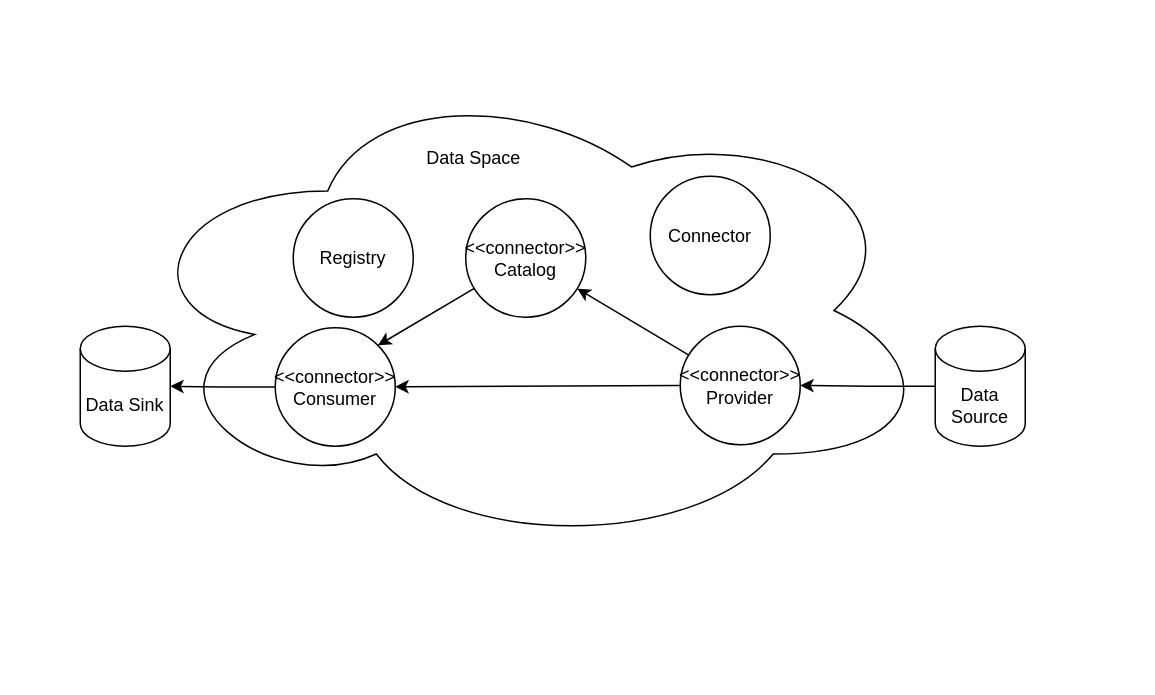
Above: diagram/conceptual_approach.drawio in Navidda/master-thesis (draw.io), before the change. Source tidied: cells renumbered, new cells numbered last; positions are measured from the earlier drawing's top-left corner, leaving out a move shared by most shapes. Both pictures are drawn from the tidied source at 150%, with x=0, y=0 at pixel (80, 70).
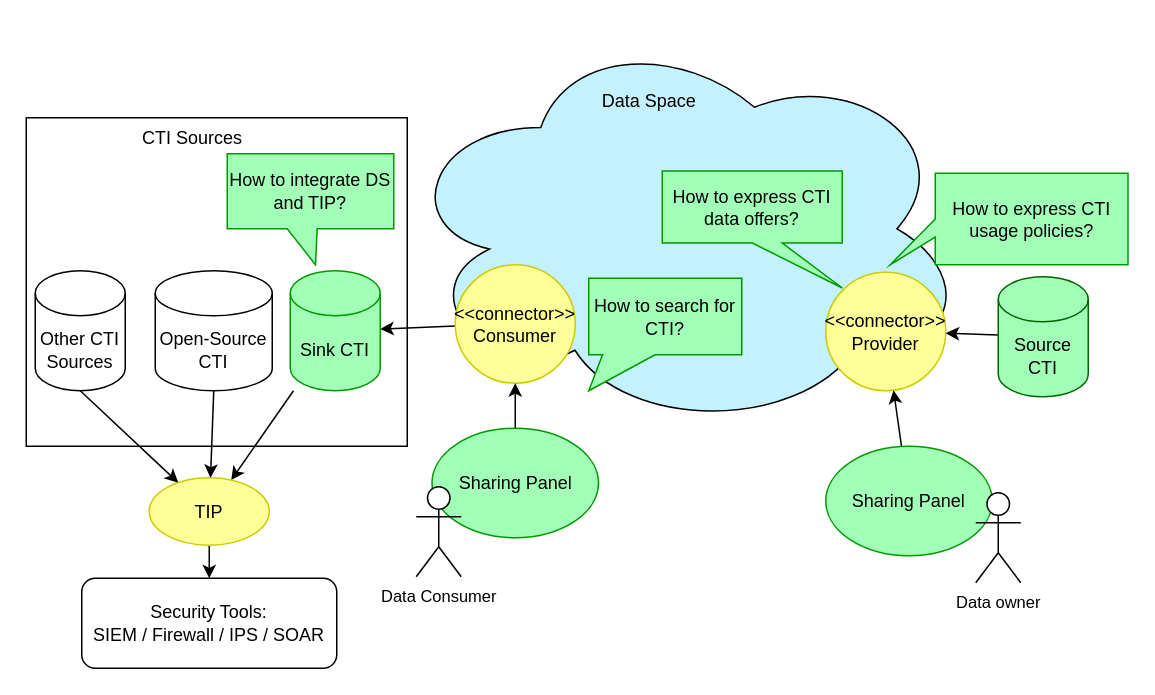
The same diagram, later.

Diff of the diagram source:
```diff
@@
+    <mxCell id="16" style="rounded=0;whiteSpace=wrap;html=1;" parent="1" vertex="1">
+      <mxGeometry x="-36" y="31" width="254" height="219" as="geometry" />
+    </mxCell>
+    <mxCell id="17" style="rounded=0;jettySize=auto;html=1;" parent="1" edge="1" source="10" target="21">
+      <mxGeometry relative="1" as="geometry" />
+    </mxCell>
-    <mxCell id="2" style="ellipse;shape=cloud;whiteSpace=wrap;html=1;" parent="1" vertex="1">
-      <mxGeometry x="30" width="540" height="319" as="geometry" />
+    <mxCell id="2" style="ellipse;shape=cloud;whiteSpace=wrap;html=1;fillColor=#C4F1FF;" parent="1" vertex="1">
+      <mxGeometry x="212" y="-30" width="380" height="270" as="geometry" />
     </mxCell>
-    <mxCell id="3" style="edgeStyle=orthogonalEdgeStyle;rounded=0;jettySize=auto;html=1;" parent="1" edge="1" source="4" target="10">
+    <mxCell id="3" style="rounded=0;jettySize=auto;html=1;" parent="1" edge="1" source="4" target="10">
       <mxGeometry relative="1" as="geometry" />
     </mxCell>
-    <mxCell id="4" value="&amp;lt;&amp;lt;connector&amp;gt;&amp;gt;&lt;br&gt;Consumer" style="ellipse;whiteSpace=wrap;html=1;" parent="1" vertex="1">
-      <mxGeometry x="130" y="171" width="80" height="79" as="geometry" />
+    <mxCell id="4" value="&amp;lt;&amp;lt;connector&amp;gt;&amp;gt;&lt;br&gt;Consumer" style="ellipse;whiteSpace=wrap;html=1;strokeColor=#CCCC00;fillColor=#FFFF99;" parent="1" vertex="1">
+      <mxGeometry x="250" y="129" width="80" height="79" as="geometry" />
     </mxCell>
-    <mxCell id="5" style="rounded=0;jettySize=auto;html=1;" parent="1" edge="1" source="7" target="4">
-      <mxGeometry relative="1" as="geometry" />
-    </mxCell>
-    <mxCell id="6" style="rounded=0;jettySize=auto;html=1;" parent="1" edge="1" source="7" target="14">
-      <mxGeometry relative="1" as="geometry" />
-    </mxCell>
-    <mxCell id="7" value="&amp;lt;&amp;lt;connector&amp;gt;&amp;gt;&lt;br&gt;Provider" style="ellipse;whiteSpace=wrap;html=1;" parent="1" vertex="1">
-      <mxGeometry x="400" y="170" width="80" height="79" as="geometry" />
+    <mxCell id="7" value="&amp;lt;&amp;lt;connector&amp;gt;&amp;gt;&lt;br&gt;Provider" style="ellipse;whiteSpace=wrap;html=1;strokeColor=#CCCC00;fillColor=#FFFF99;" parent="1" vertex="1">
+      <mxGeometry x="497" y="134" width="80" height="79" as="geometry" />
     </mxCell>
-    <mxCell id="8" value="Connector" style="ellipse;whiteSpace=wrap;html=1;" parent="1" vertex="1">
-      <mxGeometry x="380" y="70" width="80" height="79" as="geometry" />
-    </mxCell>
     <mxCell id="9" value="Data Space" style="text;html=1;strokeColor=none;fillColor=none;align=center;verticalAlign=middle;whiteSpace=wrap;rounded=0;" parent="1" vertex="1">
-      <mxGeometry x="222" y="43" width="81" height="30" as="geometry" />
+      <mxGeometry x="339" y="5" width="81" height="30" as="geometry" />
     </mxCell>
-    <mxCell id="10" value="Data Sink" style="shape=cylinder3;whiteSpace=wrap;html=1;boundedLbl=1;backgroundOutline=1;size=15;" parent="1" vertex="1">
-      <mxGeometry y="170" width="60" height="80" as="geometry" />
+    <mxCell id="10" value="Sink CTI" style="shape=cylinder3;whiteSpace=wrap;html=1;boundedLbl=1;backgroundOutline=1;size=15;strokeColor=#009900;fillColor=#A1FFB7;" parent="1" vertex="1">
+      <mxGeometry x="140" y="133" width="60" height="80" as="geometry" />
     </mxCell>
-    <mxCell id="11" style="edgeStyle=orthogonalEdgeStyle;rounded=0;jettySize=auto;html=1;exitX=0;exitY=0.5;exitDx=0;exitDy=0;exitPerimeter=0;entryX=1;entryY=0.5;entryDx=0;entryDy=0;" parent="1" edge="1" source="12" target="7">
+    <mxCell id="11" style="rounded=0;jettySize=auto;html=1;" parent="1" edge="1" source="12" target="7">
       <mxGeometry relative="1" as="geometry" />
     </mxCell>
-    <mxCell id="12" value="Data Source" style="shape=cylinder3;whiteSpace=wrap;html=1;boundedLbl=1;backgroundOutline=1;size=15;" parent="1" vertex="1">
-      <mxGeometry x="570" y="170" width="60" height="80" as="geometry" />
+    <mxCell id="12" value="Source CTI" style="shape=cylinder3;whiteSpace=wrap;html=1;boundedLbl=1;backgroundOutline=1;size=15;strokeColor=#006600;fillColor=#A1FFB7;" parent="1" vertex="1">
+      <mxGeometry x="612" y="137" width="60" height="80" as="geometry" />
     </mxCell>
-    <mxCell id="13" style="rounded=0;jettySize=auto;html=1;entryX=1;entryY=0;entryDx=0;entryDy=0;" parent="1" edge="1" source="14" target="4">
-      <mxGeometry relative="1" as="geometry" />
-    </mxCell>
-    <mxCell id="14" value="&amp;lt;&amp;lt;connector&amp;gt;&amp;gt;&lt;br&gt;Catalog" style="ellipse;whiteSpace=wrap;html=1;" parent="1" vertex="1">
-      <mxGeometry x="257" y="85" width="80" height="79" as="geometry" />
-    </mxCell>
-    <mxCell id="15" value="Registry" style="ellipse;whiteSpace=wrap;html=1;" parent="1" vertex="1">
-      <mxGeometry x="142" y="85" width="80" height="79" as="geometry" />
-    </mxCell>
+    <mxCell id="18" value="How to express CTI usage policies?" style="shape=callout;whiteSpace=wrap;html=1;perimeter=calloutPerimeter;position2=1;strokeColor=#009900;fillColor=#A1FFB7;direction=south;base=12;" parent="1" vertex="1">
+      <mxGeometry x="540" y="68" width="158.5" height="61" as="geometry" />
+    </mxCell>
+    <mxCell id="19" value="How to search for CTI?" style="shape=callout;whiteSpace=wrap;html=1;perimeter=calloutPerimeter;position2=0;base=35;strokeColor=#009900;fillColor=#A1FFB7;size=24;position=0.09;" parent="1" vertex="1">
+      <mxGeometry x="339" y="138" width="102" height="75" as="geometry" />
+    </mxCell>
+    <mxCell id="20" style="rounded=0;jettySize=auto;html=1;" parent="1" edge="1" source="21" target="28">
+      <mxGeometry relative="1" as="geometry" />
+    </mxCell>
+    <mxCell id="21" value="TIP" style="ellipse;whiteSpace=wrap;html=1;strokeColor=#CCCC00;fillColor=#FFFF99;" parent="1" vertex="1">
+      <mxGeometry x="46" y="271" width="80" height="45" as="geometry" />
+    </mxCell>
+    <mxCell id="22" style="rounded=0;jettySize=auto;html=1;exitX=0.5;exitY=1;exitDx=0;exitDy=0;exitPerimeter=0;" parent="1" edge="1" source="23" target="21">
+      <mxGeometry relative="1" as="geometry" />
+    </mxCell>
+    <mxCell id="23" value="Open-Source CTI" style="shape=cylinder3;whiteSpace=wrap;html=1;boundedLbl=1;backgroundOutline=1;size=15;" parent="1" vertex="1">
+      <mxGeometry x="50" y="133" width="78" height="80" as="geometry" />
+    </mxCell>
+    <mxCell id="24" value="CTI Sources" style="text;html=1;strokeColor=none;fillColor=none;align=center;verticalAlign=middle;whiteSpace=wrap;rounded=0;" parent="1" vertex="1">
+      <mxGeometry x="34" y="30" width="82" height="30" as="geometry" />
+    </mxCell>
+    <mxCell id="25" style="rounded=0;jettySize=auto;html=1;exitX=0.5;exitY=1;exitDx=0;exitDy=0;exitPerimeter=0;" parent="1" edge="1" source="26" target="21">
+      <mxGeometry relative="1" as="geometry" />
+    </mxCell>
+    <mxCell id="26" value="Other CTI&lt;br&gt;Sources" style="shape=cylinder3;whiteSpace=wrap;html=1;boundedLbl=1;backgroundOutline=1;size=15;" parent="1" vertex="1">
+      <mxGeometry x="-30" y="133" width="60" height="80" as="geometry" />
+    </mxCell>
+    <mxCell id="27" value="How to integrate DS and TIP?" style="shape=callout;whiteSpace=wrap;html=1;perimeter=calloutPerimeter;position2=0.53;base=20;size=24;position=0.36;strokeColor=#009900;fillColor=#A1FFB7;" parent="1" vertex="1">
+      <mxGeometry x="98" y="55" width="111" height="74" as="geometry" />
+    </mxCell>
+    <mxCell id="28" value="Security Tools:&lt;br style=&quot;border-color: var(--border-color);&quot;&gt;SIEM / Firewall / IPS / SOAR" style="rounded=1;whiteSpace=wrap;html=1;" parent="1" vertex="1">
+      <mxGeometry x="1" y="338" width="170" height="60" as="geometry" />
+    </mxCell>
+    <mxCell id="29" style="rounded=0;jettySize=auto;html=1;" parent="1" edge="1" source="30" target="4">
+      <mxGeometry relative="1" as="geometry" />
+    </mxCell>
+    <mxCell id="30" value="Sharing Panel" style="ellipse;whiteSpace=wrap;html=1;strokeColor=#009900;fillColor=#A1FFB7;" parent="1" vertex="1">
+      <mxGeometry x="234.5" y="238" width="111" height="73" as="geometry" />
+    </mxCell>
+    <mxCell id="31" style="rounded=0;jettySize=auto;html=1;" parent="1" edge="1" source="32" target="7">
+      <mxGeometry relative="1" as="geometry" />
+    </mxCell>
+    <mxCell id="32" value="Sharing Panel" style="ellipse;whiteSpace=wrap;html=1;strokeColor=#009900;fillColor=#A1FFB7;" parent="1" vertex="1">
+      <mxGeometry x="497" y="250" width="111" height="73" as="geometry" />
+    </mxCell>
+    <mxCell id="33" value="How to express CTI data offers?" style="shape=callout;whiteSpace=wrap;html=1;perimeter=calloutPerimeter;position2=1;strokeColor=#009900;fillColor=#A1FFB7;" parent="1" vertex="1">
+      <mxGeometry x="388" y="66.5" width="120" height="78" as="geometry" />
+    </mxCell>
+    <mxCell id="34" value="Data owner" style="shape=umlActor;verticalLabelPosition=bottom;verticalAlign=top;html=1;fontFamily=Helvetica;fontSize=11;fontColor=default;" parent="1" vertex="1">
+      <mxGeometry x="597" y="281" width="30" height="60" as="geometry" />
+    </mxCell>
+    <mxCell id="35" value="Data Consumer" style="shape=umlActor;verticalLabelPosition=bottom;verticalAlign=top;html=1;fontFamily=Helvetica;fontSize=11;fontColor=default;" parent="1" vertex="1">
+      <mxGeometry x="224" y="277" width="30" height="60" as="geometry" />
+    </mxCell>
```
